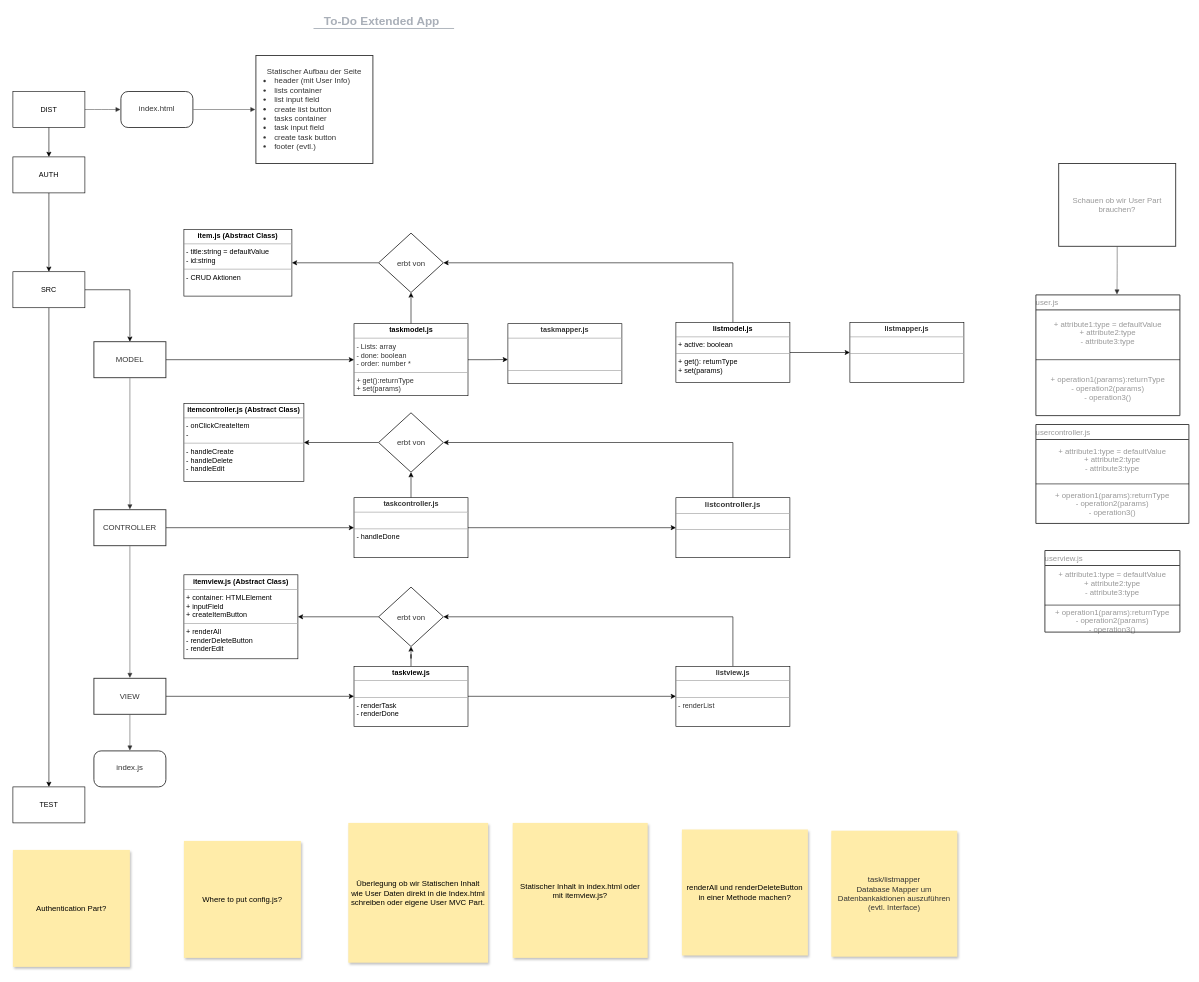
Earlier version of the draw.io diagram ToDoUML.drawio (david-88/todo-extended). Source tidied: cells renumbered, new cells numbered last; positions are measured from the earlier drawing's top-left corner, leaving out a move shared by most shapes. Both pictures are drawn from the tidied source at 60%, with x=0, y=0 at pixel (13, 10).
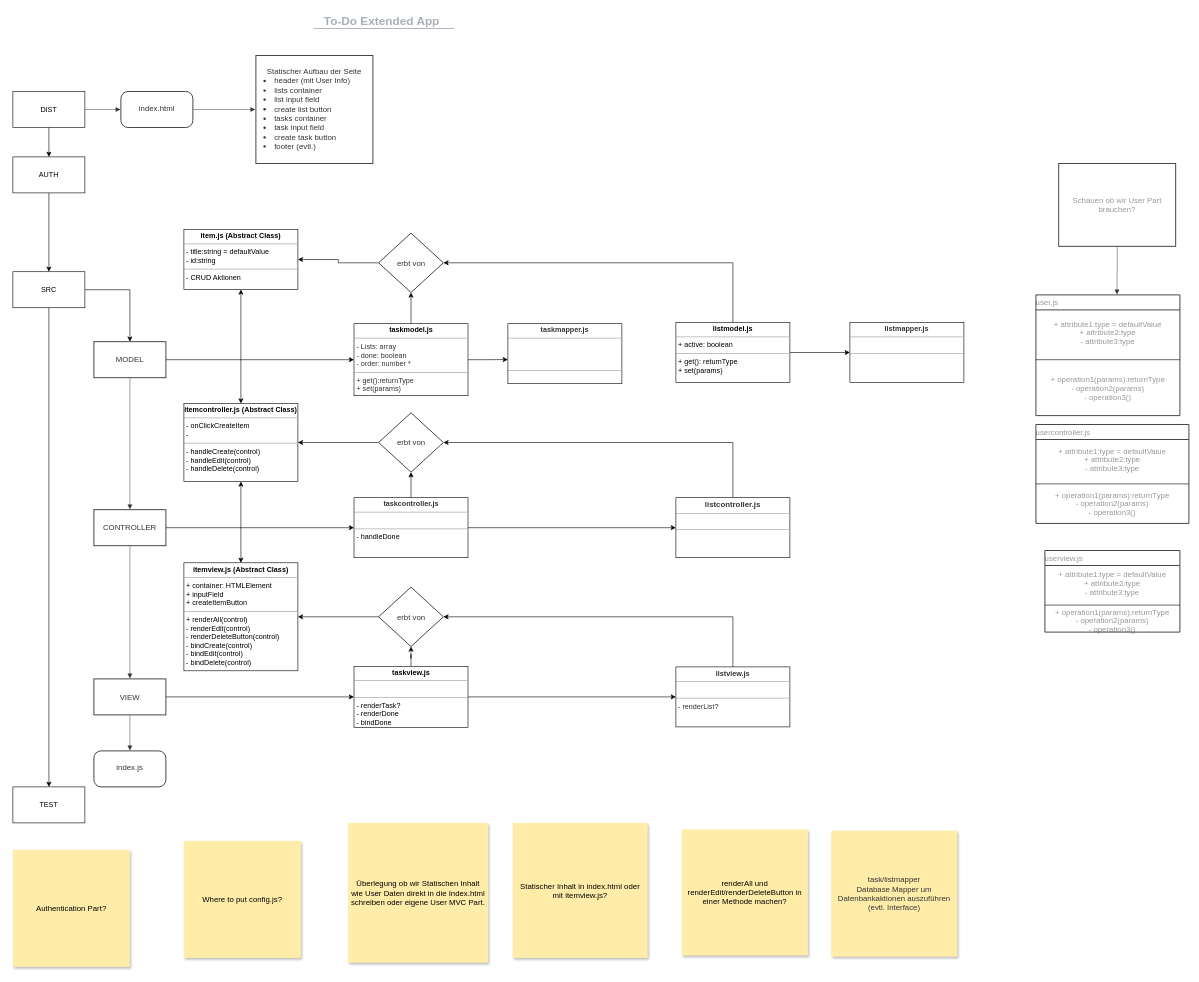
The same page after the edit.

Commit message:
ToDoUML.drawio link controller and view

The edit, as a diff of the source:
```diff
@@
     <mxCell id="13" value="VIEW" style="html=1;overflow=block;blockSpacing=1;whiteSpace=wrap;whiteSpace=wrap;fontSize=13;fontColor=#333333;align=center;spacing=3.8;strokeColor=#333333;strokeOpacity=100;fillOpacity=100;fillColor=#ffffff;strokeWidth=1.5;" parent="1" vertex="1">
-      <mxGeometry x="135" y="1113" width="120" height="60" as="geometry" />
+      <mxGeometry x="135" y="1114" width="120" height="60" as="geometry" />
     </mxCell>
@@
     <mxCell id="49" value="&lt;p style=&quot;margin: 0px ; margin-top: 4px ; text-align: center&quot;&gt;&lt;span style=&quot;font-weight: 700&quot;&gt;item.js (Abstract Class)&lt;/span&gt;&lt;br&gt;&lt;/p&gt;&lt;hr size=&quot;1&quot;&gt;&lt;p style=&quot;margin: 0px ; margin-left: 4px&quot;&gt;&lt;span&gt;- title:string = defaultValue&lt;/span&gt;&lt;br&gt;&lt;/p&gt;&lt;p style=&quot;margin: 0px ; margin-left: 4px&quot;&gt;- id:string&lt;br&gt;&lt;/p&gt;&lt;hr size=&quot;1&quot;&gt;&lt;p style=&quot;margin: 0px ; margin-left: 4px&quot;&gt;- CRUD Aktionen&lt;br&gt;&lt;/p&gt;" style="verticalAlign=top;align=left;overflow=fill;fontSize=12;fontFamily=Helvetica;html=1;" parent="1" vertex="1">
-      <mxGeometry x="285" y="365" width="180" height="111" as="geometry" />
+      <mxGeometry x="285" y="365" width="190" height="100" as="geometry" />
     </mxCell>
-    <mxCell id="50" value="&lt;p style=&quot;margin: 0px ; margin-top: 4px ; text-align: center&quot;&gt;&lt;span style=&quot;font-weight: 700&quot;&gt;itemcontroller.js (Abstract Class)&lt;/span&gt;&lt;br&gt;&lt;/p&gt;&lt;hr size=&quot;1&quot;&gt;&lt;p style=&quot;margin: 0px ; margin-left: 4px&quot;&gt;- onClickCreateItem&lt;/p&gt;&lt;p style=&quot;margin: 0px ; margin-left: 4px&quot;&gt;-&lt;/p&gt;&lt;hr size=&quot;1&quot;&gt;&lt;p style=&quot;margin: 0px ; margin-left: 4px&quot;&gt;- handleCreate&lt;br&gt;&lt;/p&gt;&lt;p style=&quot;margin: 0px ; margin-left: 4px&quot;&gt;- handleDelete&lt;/p&gt;&lt;p style=&quot;margin: 0px ; margin-left: 4px&quot;&gt;- handleEdit&lt;/p&gt;" style="verticalAlign=top;align=left;overflow=fill;fontSize=12;fontFamily=Helvetica;html=1;" parent="1" vertex="1">
-      <mxGeometry x="285" y="655" width="200" height="130" as="geometry" />
+    <mxCell id="50" value="&lt;p style=&quot;margin: 0px ; margin-top: 4px ; text-align: center&quot;&gt;&lt;span style=&quot;font-weight: 700&quot;&gt;itemcontroller.js (Abstract Class)&lt;/span&gt;&lt;br&gt;&lt;/p&gt;&lt;hr size=&quot;1&quot;&gt;&lt;p style=&quot;margin: 0px ; margin-left: 4px&quot;&gt;- onClickCreateItem&lt;/p&gt;&lt;p style=&quot;margin: 0px ; margin-left: 4px&quot;&gt;-&lt;/p&gt;&lt;hr size=&quot;1&quot;&gt;&lt;p style=&quot;margin: 0px ; margin-left: 4px&quot;&gt;- handleCreate(control)&lt;br&gt;&lt;/p&gt;&lt;p style=&quot;margin: 0px ; margin-left: 4px&quot;&gt;- handleEdit(control)&lt;br&gt;&lt;/p&gt;&lt;p style=&quot;margin: 0px ; margin-left: 4px&quot;&gt;- handleDelete(control)&lt;/p&gt;&lt;p style=&quot;margin: 0px ; margin-left: 4px&quot;&gt;&lt;br&gt;&lt;/p&gt;" style="verticalAlign=top;align=left;overflow=fill;fontSize=12;fontFamily=Helvetica;html=1;" parent="1" vertex="1">
+      <mxGeometry x="285" y="655" width="190" height="130" as="geometry" />
     </mxCell>
@@
-    <mxCell id="53" value="&lt;p style=&quot;margin: 0px ; margin-top: 4px ; text-align: center&quot;&gt;&lt;span style=&quot;font-weight: 700&quot;&gt;taskview.js&lt;/span&gt;&lt;br&gt;&lt;/p&gt;&lt;hr size=&quot;1&quot;&gt;&lt;p style=&quot;margin: 0px ; margin-left: 4px&quot;&gt;&lt;br&gt;&lt;/p&gt;&lt;hr size=&quot;1&quot;&gt;&lt;p style=&quot;margin: 0px ; margin-left: 4px&quot;&gt;- renderTask&lt;br style=&quot;padding: 0px ; margin: 0px&quot;&gt;- renderDone&lt;br&gt;&lt;/p&gt;" style="verticalAlign=top;align=left;overflow=fill;fontSize=12;fontFamily=Helvetica;html=1;shadow=0;" parent="1" vertex="1">
-      <mxGeometry x="568.5" y="1093" width="190" height="100" as="geometry" />
+    <mxCell id="53" value="&lt;p style=&quot;margin: 0px ; margin-top: 4px ; text-align: center&quot;&gt;&lt;span style=&quot;font-weight: 700&quot;&gt;taskview.js&lt;/span&gt;&lt;br&gt;&lt;/p&gt;&lt;hr size=&quot;1&quot;&gt;&lt;p style=&quot;margin: 0px ; margin-left: 4px&quot;&gt;&lt;br&gt;&lt;/p&gt;&lt;hr size=&quot;1&quot;&gt;&lt;p style=&quot;margin: 0px ; margin-left: 4px&quot;&gt;- renderTask?&lt;br style=&quot;padding: 0px ; margin: 0px&quot;&gt;- renderDone&lt;br&gt;&lt;/p&gt;&lt;p style=&quot;margin: 0px ; margin-left: 4px&quot;&gt;- bindDone&lt;/p&gt;" style="verticalAlign=top;align=left;overflow=fill;fontSize=12;fontFamily=Helvetica;html=1;shadow=0;" parent="1" vertex="1">
+      <mxGeometry x="568.5" y="1093" width="190" height="102" as="geometry" />
     </mxCell>
@@
-    <mxCell id="55" value="&lt;p style=&quot;margin: 0px ; margin-top: 4px ; text-align: center&quot;&gt;&lt;span style=&quot;font-weight: 700&quot;&gt;itemview.js (Abstract Class)&lt;/span&gt;&lt;br&gt;&lt;/p&gt;&lt;hr size=&quot;1&quot;&gt;&lt;p style=&quot;margin: 0px ; margin-left: 4px&quot;&gt;+ container: HTMLElement&lt;br style=&quot;padding: 0px ; margin: 0px&quot;&gt;+ inputField&lt;br style=&quot;padding: 0px ; margin: 0px&quot;&gt;+ createItemButton&lt;br&gt;&lt;/p&gt;&lt;hr size=&quot;1&quot;&gt;&lt;p style=&quot;margin: 0px ; margin-left: 4px&quot;&gt;+ renderAll&lt;br style=&quot;padding: 0px ; margin: 0px&quot;&gt;-&amp;nbsp;renderDeleteButton&amp;nbsp;&lt;br style=&quot;padding: 0px ; margin: 0px&quot;&gt;- renderEdit&lt;br&gt;&lt;/p&gt;" style="verticalAlign=top;align=left;overflow=fill;fontSize=12;fontFamily=Helvetica;html=1;shadow=0;" parent="1" vertex="1">
-      <mxGeometry x="285" y="940.5" width="190" height="140" as="geometry" />
+    <mxCell id="55" value="&lt;p style=&quot;margin: 0px ; margin-top: 4px ; text-align: center&quot;&gt;&lt;span style=&quot;font-weight: 700&quot;&gt;itemview.js (Abstract Class)&lt;/span&gt;&lt;br&gt;&lt;/p&gt;&lt;hr size=&quot;1&quot;&gt;&lt;p style=&quot;margin: 0px ; margin-left: 4px&quot;&gt;+ container: HTMLElement&lt;br style=&quot;padding: 0px ; margin: 0px&quot;&gt;+ inputField&lt;br style=&quot;padding: 0px ; margin: 0px&quot;&gt;+ createItemButton&lt;br&gt;&lt;/p&gt;&lt;hr size=&quot;1&quot;&gt;&lt;p style=&quot;margin: 0px ; margin-left: 4px&quot;&gt;+ renderAll(control)&lt;/p&gt;&lt;p style=&quot;margin: 0px ; margin-left: 4px&quot;&gt;- renderEdit(control)&lt;br style=&quot;padding: 0px ; margin: 0px&quot;&gt;-&amp;nbsp;renderDeleteButton(control)&amp;nbsp;&lt;br&gt;&lt;/p&gt;&lt;p style=&quot;margin: 0px ; margin-left: 4px&quot;&gt;- bindCreate(control)&lt;/p&gt;&lt;p style=&quot;margin: 0px ; margin-left: 4px&quot;&gt;- bindEdit(control)&lt;/p&gt;&lt;p style=&quot;margin: 0px ; margin-left: 4px&quot;&gt;- bindDelete(control)&lt;/p&gt;" style="verticalAlign=top;align=left;overflow=fill;fontSize=12;fontFamily=Helvetica;html=1;shadow=0;" parent="1" vertex="1">
+      <mxGeometry x="285" y="920.5" width="190" height="180" as="geometry" />
     </mxCell>
@@
-    <mxCell id="57" value="&lt;p style=&quot;margin: 0px ; margin-top: 4px ; text-align: center&quot;&gt;&lt;font style=&quot;font-size: 12px&quot;&gt;&lt;span style=&quot;color: rgb(51 , 51 , 51) ; text-align: left&quot;&gt;&lt;b&gt;listview.js&lt;/b&gt;&lt;/span&gt;&lt;br&gt;&lt;/font&gt;&lt;/p&gt;&lt;hr size=&quot;1&quot;&gt;&lt;p style=&quot;margin: 0px ; margin-left: 4px&quot;&gt;&lt;font style=&quot;font-size: 12px&quot;&gt;&lt;br&gt;&lt;/font&gt;&lt;/p&gt;&lt;hr size=&quot;1&quot;&gt;&lt;p style=&quot;margin: 0px ; margin-left: 4px&quot;&gt;&lt;span style=&quot;color: rgb(51 , 51 , 51) ; text-align: center&quot;&gt;&lt;font style=&quot;font-size: 12px&quot;&gt;- renderList&lt;/font&gt;&lt;/span&gt;&lt;br&gt;&lt;/p&gt;" style="verticalAlign=top;align=left;overflow=fill;fontSize=12;fontFamily=Helvetica;html=1;shadow=0;" parent="1" vertex="1">
-      <mxGeometry x="1105" y="1093" width="190" height="100" as="geometry" />
+    <mxCell id="57" value="&lt;p style=&quot;margin: 0px ; margin-top: 4px ; text-align: center&quot;&gt;&lt;font style=&quot;font-size: 12px&quot;&gt;&lt;span style=&quot;color: rgb(51 , 51 , 51) ; text-align: left&quot;&gt;&lt;b&gt;listview.js&lt;/b&gt;&lt;/span&gt;&lt;br&gt;&lt;/font&gt;&lt;/p&gt;&lt;hr size=&quot;1&quot;&gt;&lt;p style=&quot;margin: 0px ; margin-left: 4px&quot;&gt;&lt;font style=&quot;font-size: 12px&quot;&gt;&lt;br&gt;&lt;/font&gt;&lt;/p&gt;&lt;hr size=&quot;1&quot;&gt;&lt;p style=&quot;margin: 0px ; margin-left: 4px&quot;&gt;&lt;span style=&quot;color: rgb(51 , 51 , 51) ; text-align: center&quot;&gt;&lt;font style=&quot;font-size: 12px&quot;&gt;- renderList?&lt;/font&gt;&lt;/span&gt;&lt;br&gt;&lt;/p&gt;" style="verticalAlign=top;align=left;overflow=fill;fontSize=12;fontFamily=Helvetica;html=1;shadow=0;" parent="1" vertex="1">
+      <mxGeometry x="1105" y="1094" width="190" height="100" as="geometry" />
     </mxCell>
-    <mxCell id="58" value="renderAll und renderDeleteButton in einer Methode machen?" style="html=1;overflow=block;blockSpacing=1;whiteSpace=wrap;shadow=1;whiteSpace=wrap;fontSize=13;spacing=3.8;strokeColor=none;fillColor=#FFECA9;strokeWidth=0;" parent="1" vertex="1">
+    <mxCell id="58" value="renderAll und renderEdit/renderDeleteButton in einer Methode machen?" style="html=1;overflow=block;blockSpacing=1;whiteSpace=wrap;shadow=1;whiteSpace=wrap;fontSize=13;spacing=3.8;strokeColor=none;fillColor=#FFECA9;strokeWidth=0;" parent="1" vertex="1">
       <mxGeometry x="1115" y="1365" width="210" height="210" as="geometry" />
     </mxCell>
@@
+    <mxCell id="75" style="endArrow=classic;startArrow=classic;html=1;entryX=0.5;entryY=1;entryDx=0;entryDy=0;exitX=0.5;exitY=0;exitDx=0;exitDy=0;" parent="1" edge="1" source="55" target="50">
+      <mxGeometry relative="1" as="geometry" />
+    </mxCell>
+    <mxCell id="76" style="endArrow=classic;startArrow=classic;html=1;entryX=0.5;entryY=1;entryDx=0;entryDy=0;exitX=0.5;exitY=0;exitDx=0;exitDy=0;" parent="1" edge="1" source="50" target="49">
+      <mxGeometry relative="1" as="geometry" />
+    </mxCell>
```
